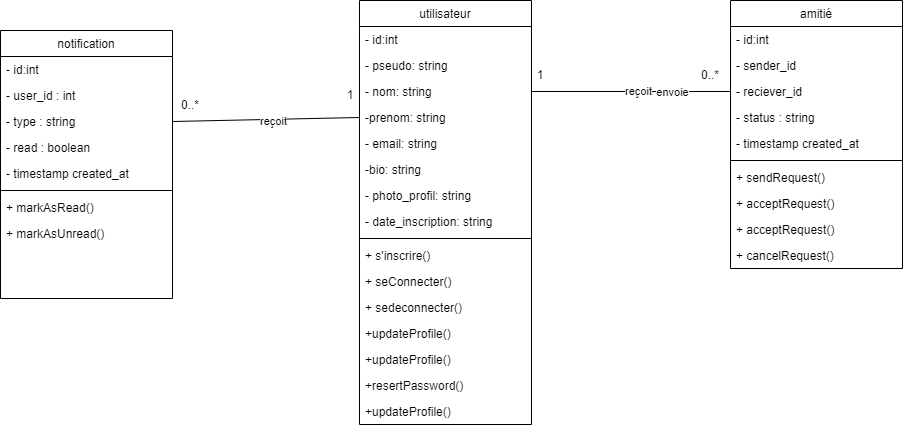
Before: vibes/diagrammes/classe.drawio.png, a diagram exported from draw.io (HananeOubaha/Plateforme-Vibe). Source tidied: cells renumbered, new cells last; positions are measured from the earlier drawing's top-left corner, leaving out a move shared by most shapes.
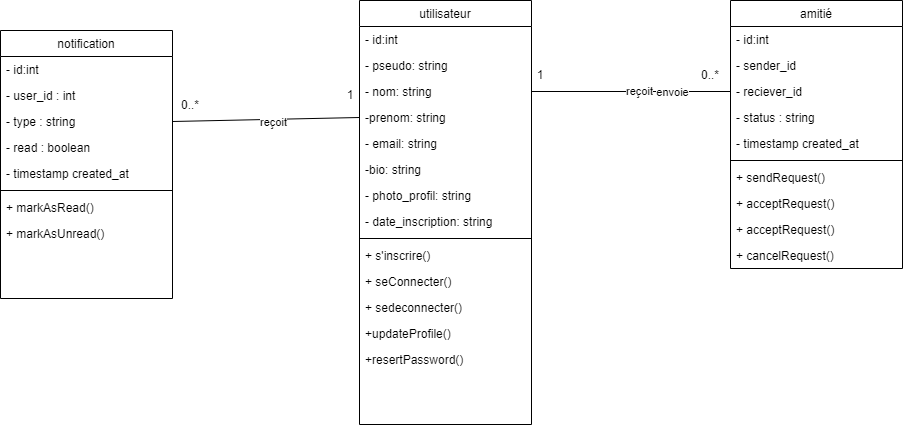
After the change.

What changed in the source:
```diff
@@ -44,15 +44,9 @@
     <mxCell id="15" value="+updateProfile()" style="text;align=left;verticalAlign=top;spacingLeft=4;spacingRight=4;overflow=hidden;" parent="2" vertex="1">
       <mxGeometry y="320" width="172" height="26" as="geometry" />
     </mxCell>
-    <mxCell id="16" value="+updateProfile()" style="text;align=left;verticalAlign=top;spacingLeft=4;spacingRight=4;overflow=hidden;" parent="2" vertex="1">
-      <mxGeometry y="346" width="172" height="26" as="geometry" />
-    </mxCell>
     <mxCell id="17" value="+resertPassword()" style="text;align=left;verticalAlign=top;spacingLeft=4;spacingRight=4;overflow=hidden;" parent="2" vertex="1">
-      <mxGeometry y="372" width="172" height="26" as="geometry" />
+      <mxGeometry y="346" width="172" height="26" as="geometry" />
     </mxCell>
-    <mxCell id="18" value="+updateProfile()" style="text;align=left;verticalAlign=top;spacingLeft=4;spacingRight=4;overflow=hidden;" parent="2" vertex="1">
-      <mxGeometry y="398" width="172" height="26" as="geometry" />
-    </mxCell>
     <mxCell id="19" value="amitié" style="swimlane;fontStyle=0;align=center;verticalAlign=top;horizontal=1;startSize=26;rounded=0;shadow=0;strokeWidth=1;" parent="1" vertex="1">
       <mxGeometry x="730" width="172" height="268" as="geometry" />
     </mxCell>
```
